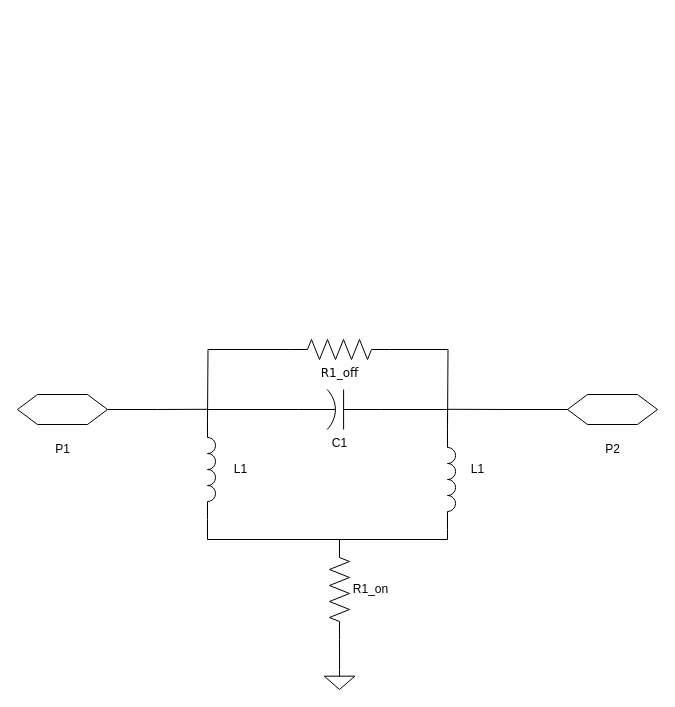
This is PhaseShift.drawio from nokur15/nokur.icha, a draw.io file, before an edit. Source tidied: cells renumbered, new cells numbered last; positions are measured from the earlier drawing's top-left corner, leaving out a move shared by most shapes. Both pictures are drawn from the tidied source at 100%, with x=0, y=0 at pixel (17, 339).
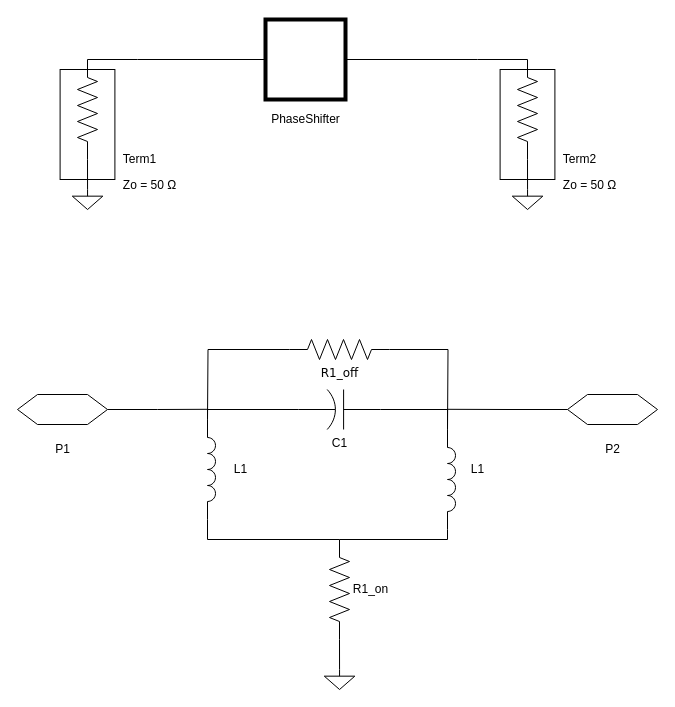
The same page after the edit.

Diff of the diagram source:
```diff
@@
+    <mxCell id="24" value="PhaseShifter" style="text;html=1;align=center;verticalAlign=middle;strokeColor=none;" parent="1" vertex="1">
+      <mxGeometry x="248" y="-230" width="80" height="20" as="geometry" />
+    </mxCell>
+    <mxCell id="25" style="edgeStyle=orthogonalEdgeStyle;rounded=0;jettySize=auto;html=1;exitX=0;exitY=0.5;exitDx=0;exitDy=0;entryX=1;entryY=0.5;entryDx=0;entryDy=0;entryPerimeter=0;endArrow=none;endFill=0;" parent="1" edge="1" source="27" target="30">
+      <mxGeometry relative="1" as="geometry">
+        <Array as="points">
+          <mxPoint x="120" y="-280" />
+          <mxPoint x="120" y="-280" />
+        </Array>
+      </mxGeometry>
+    </mxCell>
+    <mxCell id="26" style="edgeStyle=orthogonalEdgeStyle;rounded=0;jettySize=auto;html=1;exitX=1;exitY=0.5;exitDx=0;exitDy=0;entryX=1;entryY=0.5;entryDx=0;entryDy=0;entryPerimeter=0;endArrow=none;endFill=0;" parent="1" edge="1" source="27" target="33">
+      <mxGeometry relative="1" as="geometry">
+        <Array as="points">
+          <mxPoint x="460" y="-280" />
+          <mxPoint x="460" y="-280" />
+        </Array>
+      </mxGeometry>
+    </mxCell>
+    <mxCell id="27" style="whiteSpace=wrap;html=1;verticalAlign=top;strokeWidth=4;" parent="1" vertex="1">
+      <mxGeometry x="248" y="-320" width="80" height="80" as="geometry" />
+    </mxCell>
+    <mxCell id="28" style="edgeStyle=orthogonalEdgeStyle;rounded=0;jettySize=auto;html=1;exitX=1;exitY=0.5;exitDx=0;exitDy=0;exitPerimeter=0;entryX=0.5;entryY=0;entryDx=0;entryDy=0;entryPerimeter=0;endArrow=none;endFill=0;" parent="1" edge="1" target="29">
+      <mxGeometry relative="1" as="geometry">
+        <mxPoint x="70" y="-180" as="sourcePoint" />
+      </mxGeometry>
+    </mxCell>
+    <mxCell id="29" style="verticalLabelPosition=bottom;shadow=0;dashed=0;align=center;html=1;verticalAlign=top;shape=mxgraph.electrical.signal_sources.signal_ground;" parent="1" vertex="1">
+      <mxGeometry x="54.8" y="-150" width="30.5" height="20" as="geometry" />
+    </mxCell>
+    <mxCell id="30" style="verticalLabelPosition=bottom;shadow=0;dashed=0;align=center;html=1;verticalAlign=top;strokeWidth=1;shape=mxgraph.electrical.resistors.resistor_2;rounded=1;comic=0;labelBackgroundColor=none;fontFamily=Verdana;fontSize=12;rotation=-90;" parent="1" vertex="1">
+      <mxGeometry x="20" y="-240" width="100" height="20" as="geometry" />
+    </mxCell>
+    <mxCell id="31" style="edgeStyle=orthogonalEdgeStyle;rounded=0;jettySize=auto;html=1;exitX=1;exitY=0.5;exitDx=0;exitDy=0;exitPerimeter=0;entryX=0.5;entryY=0;entryDx=0;entryDy=0;entryPerimeter=0;endArrow=none;endFill=0;" parent="1" edge="1" target="32">
+      <mxGeometry relative="1" as="geometry">
+        <mxPoint x="510" y="-180" as="sourcePoint" />
+      </mxGeometry>
+    </mxCell>
+    <mxCell id="32" style="verticalLabelPosition=bottom;shadow=0;dashed=0;align=center;html=1;verticalAlign=top;shape=mxgraph.electrical.signal_sources.signal_ground;" parent="1" vertex="1">
+      <mxGeometry x="494.8" y="-150" width="30.5" height="20" as="geometry" />
+    </mxCell>
+    <mxCell id="33" style="verticalLabelPosition=bottom;shadow=0;dashed=0;align=center;html=1;verticalAlign=top;strokeWidth=1;shape=mxgraph.electrical.resistors.resistor_2;rounded=1;comic=0;labelBackgroundColor=none;fontFamily=Verdana;fontSize=12;rotation=-90;" parent="1" vertex="1">
+      <mxGeometry x="460" y="-240" width="100" height="20" as="geometry" />
+    </mxCell>
+    <mxCell id="34" style="rounded=0;whiteSpace=wrap;html=1;strokeWidth=1;verticalAlign=top;fillOpacity=0;strokeOpacity=100;" parent="1" vertex="1">
+      <mxGeometry x="42.6" y="-270" width="54.8" height="110" as="geometry" />
+    </mxCell>
+    <mxCell id="35" style="rounded=0;whiteSpace=wrap;html=1;strokeWidth=1;verticalAlign=top;fillOpacity=0;strokeOpacity=100;" parent="1" vertex="1">
+      <mxGeometry x="482.6" y="-270" width="54.8" height="110" as="geometry" />
+    </mxCell>
+    <mxCell id="36" value="Term1" style="text;html=1;align=center;verticalAlign=middle;strokeColor=none;" parent="1" vertex="1">
+      <mxGeometry x="97.4" y="-190" width="50" height="20" as="geometry" />
+    </mxCell>
+    <mxCell id="37" value="Term2" style="text;html=1;align=center;verticalAlign=middle;strokeColor=none;" parent="1" vertex="1">
+      <mxGeometry x="537.4" y="-190" width="50" height="20" as="geometry" />
+    </mxCell>
+    <mxCell id="38" value="Zo = 50&amp;nbsp;&lt;span style=&quot;line-height: 24px&quot;&gt;&lt;font style=&quot;font-size: 12px&quot;&gt;Ω&lt;/font&gt;&lt;/span&gt;&lt;span style=&quot;font-size: medium&quot;&gt;&lt;/span&gt;" style="text;html=1;align=center;verticalAlign=middle;strokeColor=none;" parent="1" vertex="1">
+      <mxGeometry x="97.4" y="-170" width="70" height="30" as="geometry" />
+    </mxCell>
+    <mxCell id="39" value="Zo = 50&amp;nbsp;&lt;span style=&quot;line-height: 24px&quot;&gt;&lt;font style=&quot;font-size: 12px&quot;&gt;Ω&lt;/font&gt;&lt;/span&gt;&lt;span style=&quot;font-size: medium&quot;&gt;&lt;/span&gt;" style="text;html=1;align=center;verticalAlign=middle;strokeColor=none;" parent="1" vertex="1">
+      <mxGeometry x="537.4" y="-170" width="70" height="30" as="geometry" />
+    </mxCell>
```
